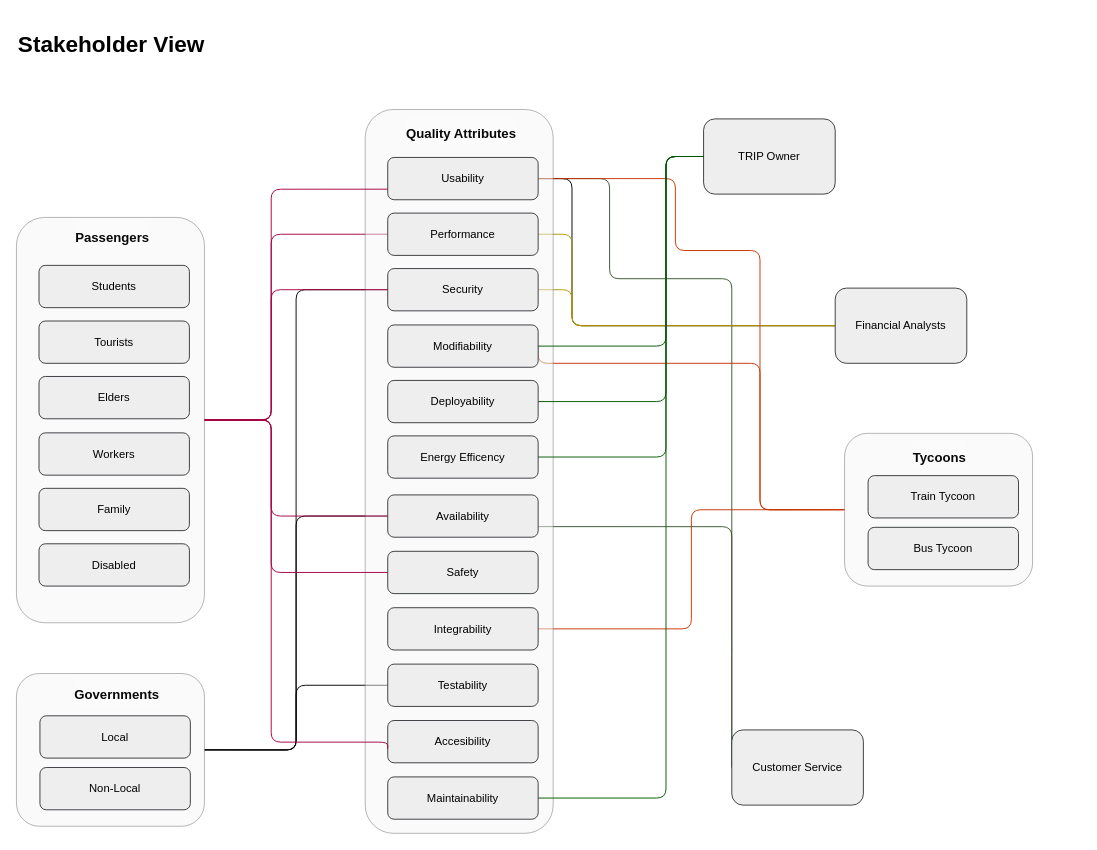
This is drawings/views_draft2/stakeholder_view.drawio from aleCombi/SoftwareArchitecture, a draw.io file, before an edit. Source tidied: cells renumbered, new cells numbered last; positions are measured from the earlier drawing's top-left corner, leaving out a move shared by most shapes. Both pictures are drawn from the tidied source at 94%, with x=0, y=0 at pixel (16, 30).
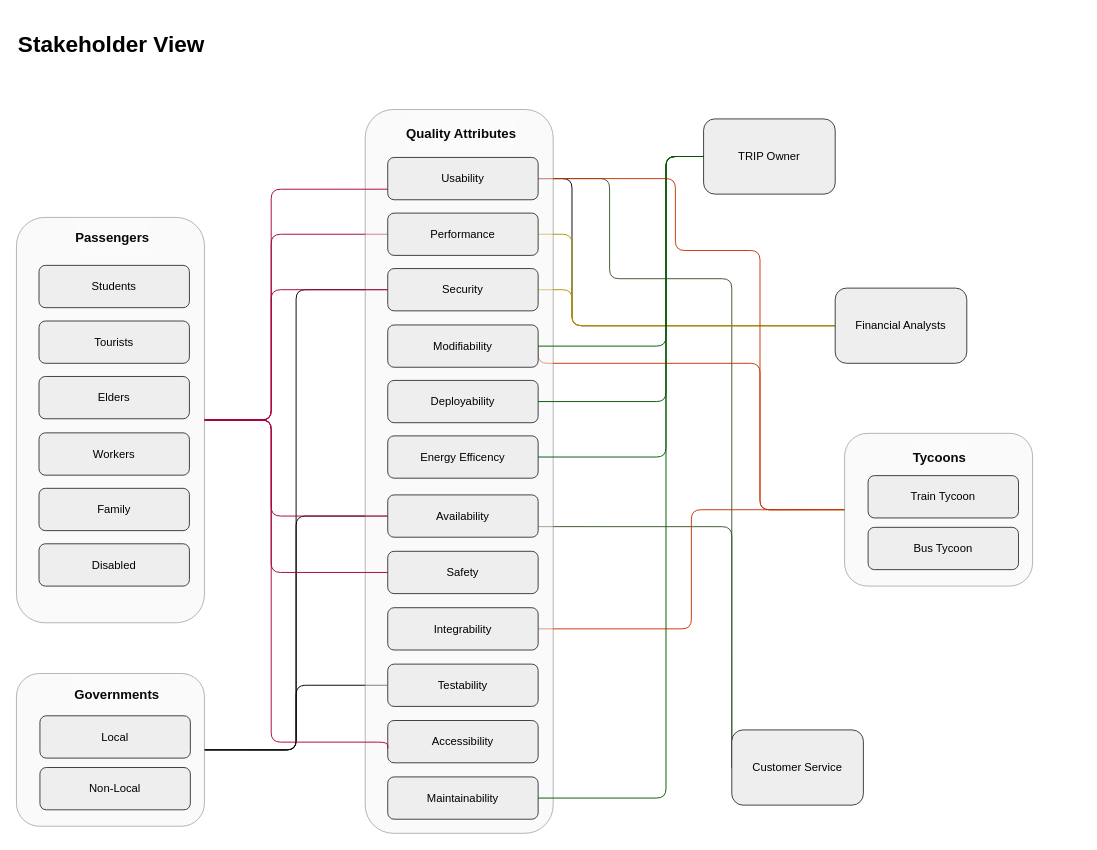
Above is the later version.

Commit message (it also covers changes not shown here):
typo in stakeholder view

What changed in the source:
```diff
@@
-    <mxCell id="46" value="Accesibility" style="rounded=1;whiteSpace=wrap;html=1;fillColor=#eeeeee;strokeColor=#36393d;" parent="1" vertex="1">
+    <mxCell id="46" value="Accessibility" style="rounded=1;whiteSpace=wrap;html=1;fillColor=#eeeeee;strokeColor=#36393d;" parent="1" vertex="1">
       <mxGeometry x="395" y="734" width="160" height="45" as="geometry" />
     </mxCell>
```
